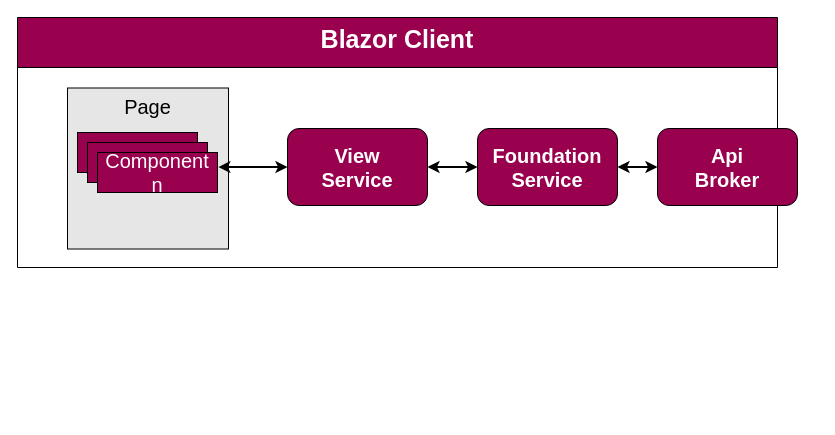
schnickalodeon/Parlivote keeps this draw.io diagram as page "Architektur-Blazor" (6 of 6) of Parlivote.Shared/Documentation/Untitled Diagram.drawio. Above is the earlier version. Source tidied: cells renumbered, new cells numbered last; positions are measured from the earlier drawing's top-left corner, leaving out a move shared by most shapes. Both pictures are drawn from the tidied source at 100%, with x=0, y=0 at pixel (17, 17).
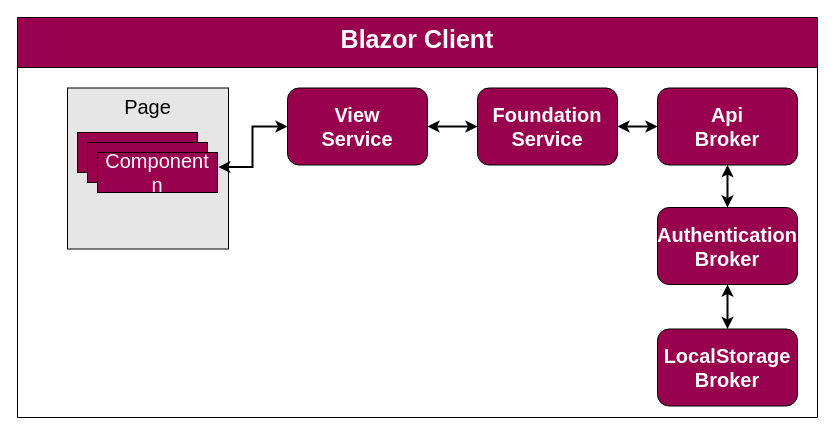
After the change.

The edit, as a diff of the source:
```diff
@@
 <mxGraphModel>
   <root>
     <mxCell id="0" />
     <mxCell id="1" parent="0" />
     <mxCell id="2" value="Blazor Client" style="swimlane;fontSize=25;fontColor=#FFFFFF;strokeColor=#000000;strokeWidth=1;fillColor=#99004D;startSize=50;verticalAlign=top;" parent="1" vertex="1">
-      <mxGeometry width="760" height="250" as="geometry" />
+      <mxGeometry width="800" height="400" as="geometry" />
     </mxCell>
     <mxCell id="3" value="Page" style="whiteSpace=wrap;html=1;fontSize=20;labelPosition=center;verticalLabelPosition=middle;align=center;verticalAlign=top;fillColor=#E6E6E6;" parent="2" vertex="1">
       <mxGeometry x="50" y="70.5" width="161" height="161" as="geometry" />
     </mxCell>
     <mxCell id="4" style="rounded=0;whiteSpace=wrap;html=1;fontSize=20;fillColor=#99004D;" parent="2" vertex="1">
       <mxGeometry x="60" y="115" width="120" height="40" as="geometry" />
     </mxCell>
     <mxCell id="5" style="edgeStyle=orthogonalEdgeStyle;rounded=0;jettySize=auto;html=1;exitX=1;exitY=0.5;exitDx=0;exitDy=0;entryX=0;entryY=0.5;entryDx=0;entryDy=0;fontSize=20;strokeWidth=2;startArrow=classic;startFill=1;" parent="2" edge="1" source="6" target="9">
       <mxGeometry relative="1" as="geometry" />
     </mxCell>
     <mxCell id="6" value="&lt;font style=&quot;font-size: 20px;&quot;&gt;&lt;b style=&quot;font-size: 20px;&quot;&gt;Foundation&lt;br style=&quot;font-size: 20px;&quot;&gt;Service&lt;br style=&quot;font-size: 20px;&quot;&gt;&lt;/b&gt;&lt;/font&gt;" style="rounded=1;whiteSpace=wrap;html=1;fontSize=20;fontColor=#FFFFFF;strokeColor=#000000;strokeWidth=1;fillColor=#99004D;" parent="2" vertex="1">
-      <mxGeometry x="460" y="111" width="140" height="77" as="geometry" />
+      <mxGeometry x="460" y="70.5" width="140" height="77" as="geometry" />
     </mxCell>
     <mxCell id="7" style="edgeStyle=orthogonalEdgeStyle;rounded=0;jettySize=auto;html=1;exitX=1;exitY=0.5;exitDx=0;exitDy=0;entryX=0;entryY=0.5;entryDx=0;entryDy=0;fontSize=20;startArrow=classic;startFill=1;strokeWidth=2;" parent="2" edge="1" source="8" target="6">
       <mxGeometry relative="1" as="geometry" />
     </mxCell>
     <mxCell id="8" value="&lt;font style=&quot;font-size: 20px;&quot;&gt;&lt;b style=&quot;font-size: 20px;&quot;&gt;View&lt;br style=&quot;font-size: 20px;&quot;&gt;Service&lt;br style=&quot;font-size: 20px;&quot;&gt;&lt;/b&gt;&lt;/font&gt;" style="rounded=1;whiteSpace=wrap;html=1;fontSize=20;fontColor=#FFFFFF;strokeColor=#000000;strokeWidth=1;fillColor=#99004D;" parent="2" vertex="1">
-      <mxGeometry x="270" y="111" width="140" height="77" as="geometry" />
+      <mxGeometry x="270" y="70.5" width="140" height="77" as="geometry" />
     </mxCell>
     <mxCell id="9" value="&lt;font style=&quot;font-size: 20px;&quot;&gt;&lt;b style=&quot;font-size: 20px;&quot;&gt;Api&lt;br style=&quot;font-size: 20px;&quot;&gt;Broker&lt;/b&gt;&lt;/font&gt;" style="rounded=1;whiteSpace=wrap;html=1;fontSize=20;fontColor=#FFFFFF;strokeColor=#000000;strokeWidth=1;fillColor=#99004D;" parent="2" vertex="1">
-      <mxGeometry x="640" y="111" width="140" height="77" as="geometry" />
+      <mxGeometry x="640" y="70.5" width="140" height="77" as="geometry" />
     </mxCell>
     <mxCell id="10" style="rounded=0;whiteSpace=wrap;html=1;fontSize=20;fillColor=#99004D;" parent="2" vertex="1">
       <mxGeometry x="70" y="125" width="120" height="40" as="geometry" />
     </mxCell>
     <mxCell id="11" style="edgeStyle=orthogonalEdgeStyle;rounded=0;jettySize=auto;html=1;exitX=1.007;exitY=0.365;exitDx=0;exitDy=0;fontSize=20;startArrow=classic;startFill=1;strokeWidth=2;exitPerimeter=0;" parent="2" edge="1" source="12" target="8">
       <mxGeometry relative="1" as="geometry" />
     </mxCell>
     <mxCell id="12" value="Component n" style="rounded=0;whiteSpace=wrap;html=1;fontSize=20;fillColor=#99004D;fontColor=#FFFFFF;" parent="2" vertex="1">
       <mxGeometry x="80" y="135" width="120" height="40" as="geometry" />
     </mxCell>
+    <mxCell id="13" style="edgeStyle=orthogonalEdgeStyle;rounded=0;jettySize=auto;html=1;exitX=0.5;exitY=0;exitDx=0;exitDy=0;entryX=0.5;entryY=1;entryDx=0;entryDy=0;fontSize=20;fontColor=#FFFFFF;startArrow=classic;startFill=1;strokeWidth=2;" parent="2" edge="1" source="15" target="9">
+      <mxGeometry relative="1" as="geometry" />
+    </mxCell>
+    <mxCell id="14" style="edgeStyle=orthogonalEdgeStyle;rounded=0;jettySize=auto;html=1;exitX=0.5;exitY=1;exitDx=0;exitDy=0;entryX=0.5;entryY=0;entryDx=0;entryDy=0;fontSize=20;fontColor=#FFFFFF;startArrow=classic;startFill=1;strokeWidth=2;" parent="2" edge="1" source="15" target="16">
+      <mxGeometry relative="1" as="geometry" />
+    </mxCell>
+    <mxCell id="15" value="&lt;font style=&quot;font-size: 20px;&quot;&gt;&lt;b style=&quot;font-size: 20px;&quot;&gt;Authentication&lt;br style=&quot;font-size: 20px;&quot;&gt;Broker&lt;/b&gt;&lt;/font&gt;" style="rounded=1;whiteSpace=wrap;html=1;fontSize=20;fontColor=#FFFFFF;strokeColor=#000000;strokeWidth=1;fillColor=#99004D;" parent="2" vertex="1">
+      <mxGeometry x="640" y="190" width="140" height="77" as="geometry" />
+    </mxCell>
+    <mxCell id="16" value="&lt;font style=&quot;font-size: 20px;&quot;&gt;&lt;b style=&quot;font-size: 20px;&quot;&gt;LocalStorage&lt;br style=&quot;font-size: 20px;&quot;&gt;Broker&lt;/b&gt;&lt;/font&gt;" style="rounded=1;whiteSpace=wrap;html=1;fontSize=20;fontColor=#FFFFFF;strokeColor=#000000;strokeWidth=1;fillColor=#99004D;" parent="2" vertex="1">
+      <mxGeometry x="640" y="311.5" width="140" height="77" as="geometry" />
+    </mxCell>
   </root>
 </mxGraphModel>
```
